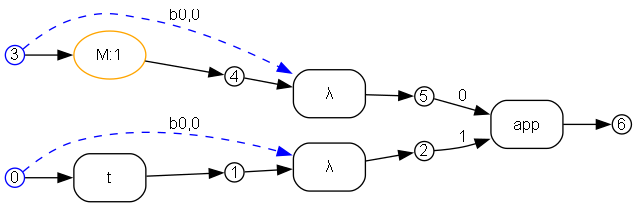
This is crates/bhyp/images/test_example_beta_rule_instance_v_to_lambda_x_tx/instantiated_L_after_substitution.png from ammatsui/bhypvis, a Graphviz export, as it was before one commit. Its source is kept beside it as crates/bhyp/images/test_example_beta_rule_instance_v_to_lambda_x_tx/instantiated_L_after_substitution.dot.
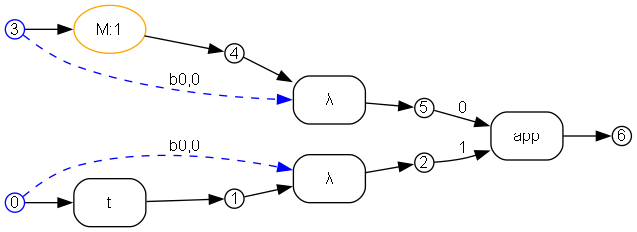
After the commit.

What changed in the source:
```diff
@@ -6,31 +6,31 @@
   edge [fontname="Helvetica", fontsize=12];
 
   n1 [label="1", shape=circle, style=filled, fillcolor=white, color="black", width=0.2, height=0.2, fixedsize=true];
+  n2 [label="2", shape=circle, style=filled, fillcolor=white, color="black", width=0.2, height=0.2, fixedsize=true];
+  n4 [label="4", shape=circle, style=filled, fillcolor=white, color="black", width=0.2, height=0.2, fixedsize=true];
+  n3 [label="3", shape=circle, style=filled, fillcolor=white, color="blue", width=0.2, height=0.2, fixedsize=true];
+  n0 [label="0", shape=circle, style=filled, fillcolor=white, color="blue", width=0.2, height=0.2, fixedsize=true];
   n6 [label="6", shape=circle, style=filled, fillcolor=white, color="black", width=0.2, height=0.2, fixedsize=true];
-  n0 [label="0", shape=circle, style=filled, fillcolor=white, color="blue", width=0.2, height=0.2, fixedsize=true];
-  n4 [label="4", shape=circle, style=filled, fillcolor=white, color="black", width=0.2, height=0.2, fixedsize=true];
-  n2 [label="2", shape=circle, style=filled, fillcolor=white, color="black", width=0.2, height=0.2, fixedsize=true];
-  n3 [label="3", shape=circle, style=filled, fillcolor=white, color="blue", width=0.2, height=0.2, fixedsize=true];
   n5 [label="5", shape=circle, style=filled, fillcolor=white, color="black", width=0.2, height=0.2, fixedsize=true];
 
+  e4 [label="app", shape=box, style=rounded, color="black"];
+  e2 [label="M:1", shape=ellipse, style=rounded, color="orange"];
+  e1 [label="λ", shape=box, style=rounded, color="black"];
+  e0 [label="t", shape=box, style=rounded, color="black"];
   e3 [label="λ", shape=box, style=rounded, color="black"];
-  e4 [label="app", shape=box, style=rounded, color="black"];
-  e1 [label="λ", shape=box, style=rounded, color="black"];
-  e2 [label="M:1", shape=ellipse, style=rounded, color="orange"];
-  e0 [label="t", shape=box, style=rounded, color="black"];
 
+  n5 -> e4 [label="0"];
+  n2 -> e4 [label="1"];
+  n3 -> e2 [label=""];
+  n1 -> e1 [label=""];
+  n0 -> e1 [style=dashed, color="blue", constraint=false, label="b0,0"];
+  n0 -> e0 [label=""];
   n4 -> e3 [label=""];
   n3 -> e3 [style=dashed, color="blue", constraint=false, label="b0,0"];
-  n5 -> e4 [label="0"];
-  n2 -> e4 [label="1"];
-  n1 -> e1 [label=""];
-  n0 -> e1 [style=dashed, color="blue", constraint=false, label="b0,0"];
-  n3 -> e2 [label=""];
-  n0 -> e0 [label=""];
 
+  e4 -> n6 [label=""];
+  e2 -> n4 [label=""];
+  e1 -> n2 [label=""];
+  e0 -> n1 [label=""];
   e3 -> n5 [label=""];
-  e4 -> n6 [label=""];
-  e1 -> n2 [label=""];
-  e2 -> n4 [label=""];
-  e0 -> n1 [label=""];
 }
```
